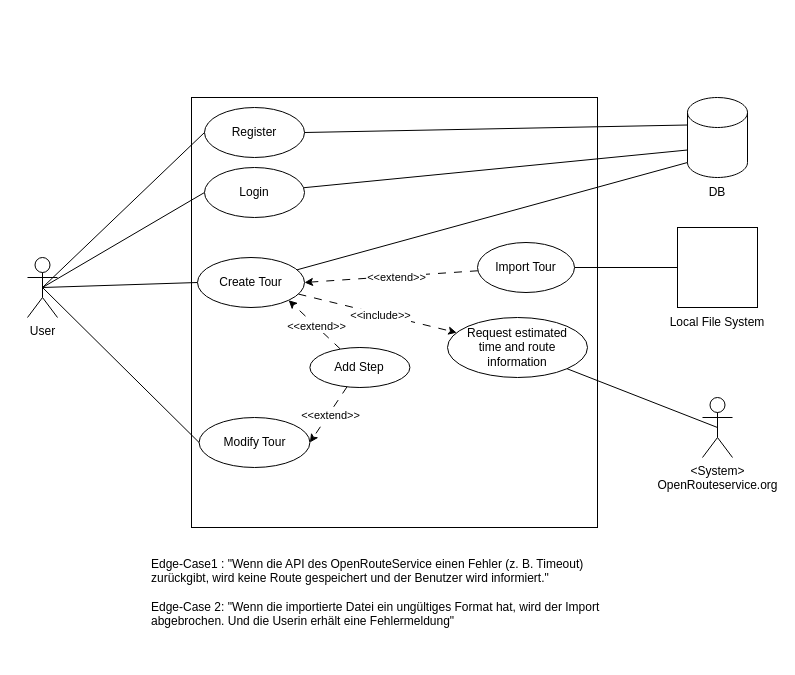
The draw.io diagram UseCase-Diagramm.drawio in ykay12/tourplanner, before the edit. Source tidied: cells renumbered, new cells numbered last; positions are measured from the earlier drawing's top-left corner, leaving out a move shared by most shapes. Both pictures are drawn from the tidied source at 100%, with x=0, y=0 at pixel (27, 97).
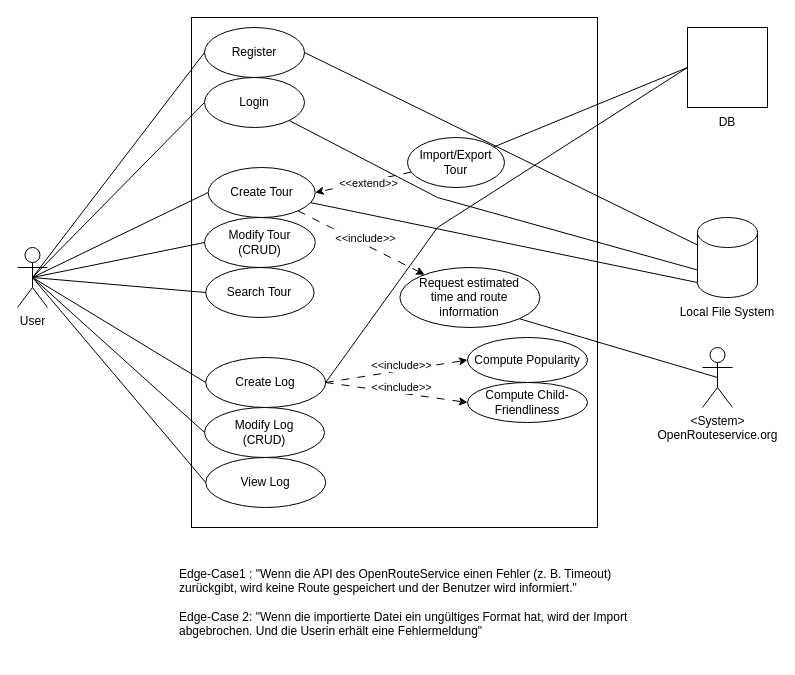
After the change.

Commit message:
Update use case diagram layout and content

The change refers to these unchanged cells:
```xml
<mxCell id="15" style="rounded=0;jettySize=auto;html=1;dashed=1;dashPattern=8 8;" parent="1" edge="1" source="17" target="31">
  <mxGeometry relative="1" as="geometry" />
</mxCell>
```

Change to the diagram source:
```diff
@@
     <mxCell id="2" style="rounded=0;whiteSpace=wrap;html=1;" parent="1" vertex="1">
-      <mxGeometry x="164" width="406" height="430" as="geometry" />
+      <mxGeometry x="164" y="-80" width="406" height="510" as="geometry" />
     </mxCell>
@@
     <mxCell id="6" value="User" style="shape=umlActor;verticalLabelPosition=bottom;verticalAlign=top;html=1;outlineConnect=0;" parent="1" vertex="1">
-      <mxGeometry y="160" width="30" height="60" as="geometry" />
+      <mxGeometry x="-10" y="150" width="30" height="60" as="geometry" />
     </mxCell>
     <mxCell id="7" value="&lt;div&gt;&amp;lt;System&amp;gt;&lt;/div&gt;OpenRouteservice.org&lt;div&gt;&lt;br&gt;&lt;/div&gt;" style="shape=umlActor;verticalLabelPosition=bottom;verticalAlign=top;html=1;outlineConnect=0;" parent="1" vertex="1">
-      <mxGeometry x="675" y="300" width="30" height="60" as="geometry" />
+      <mxGeometry x="675" y="250" width="30" height="60" as="geometry" />
     </mxCell>
     <mxCell id="8" style="shape=cylinder3;whiteSpace=wrap;html=1;boundedLbl=1;backgroundOutline=1;size=15;" parent="1" vertex="1">
-      <mxGeometry x="660" width="60" height="80" as="geometry" />
+      <mxGeometry x="670" y="120" width="60" height="80" as="geometry" />
     </mxCell>
     <mxCell id="9" value="Register" style="ellipse;whiteSpace=wrap;html=1;" parent="1" vertex="1">
-      <mxGeometry x="177" y="10" width="100" height="50" as="geometry" />
+      <mxGeometry x="177" y="-70" width="100" height="50" as="geometry" />
     </mxCell>
     <mxCell id="10" value="DB" style="text;html=1;whiteSpace=wrap;strokeColor=none;fillColor=none;align=center;verticalAlign=middle;rounded=0;" parent="1" vertex="1">
-      <mxGeometry x="660" y="80" width="60" height="30" as="geometry" />
+      <mxGeometry x="670" y="10" width="60" height="30" as="geometry" />
     </mxCell>
@@
     <mxCell id="13" value="Login" style="ellipse;whiteSpace=wrap;html=1;" parent="1" vertex="1">
-      <mxGeometry x="177" y="70" width="100" height="50" as="geometry" />
+      <mxGeometry x="177" y="-20" width="100" height="50" as="geometry" />
     </mxCell>
     <mxCell id="14" style="rounded=0;jettySize=auto;html=1;entryX=0;entryY=0;entryDx=0;entryDy=52.5;entryPerimeter=0;endArrow=none;endFill=0;" parent="1" edge="1" source="13" target="8">
-      <mxGeometry relative="1" as="geometry" />
+      <mxGeometry relative="1" as="geometry">
+        <Array as="points">
+          <mxPoint x="410" y="100" />
+        </Array>
+      </mxGeometry>
     </mxCell>
@@
     <mxCell id="16" value="&amp;lt;&amp;lt;include&amp;gt;&amp;gt;" style="edgeLabel;html=1;align=center;verticalAlign=middle;" parent="15" vertex="1">
-      <mxGeometry x="0.03" y="-1" relative="1" as="geometry" />
+      <mxGeometry x="0.03" y="-1" relative="1" as="geometry">
+        <mxPoint x="2" y="-7" as="offset" />
+      </mxGeometry>
     </mxCell>
     <mxCell id="17" value="Create Tour" style="ellipse;whiteSpace=wrap;html=1;" parent="1" vertex="1">
-      <mxGeometry x="170" y="160" width="107" height="50" as="geometry" />
+      <mxGeometry x="180.7" y="70" width="107" height="50" as="geometry" />
     </mxCell>
@@
-    <mxCell id="20" style="rounded=0;jettySize=auto;html=1;endArrow=none;endFill=0;" parent="1" edge="1" source="21" target="29">
+    <mxCell id="20" style="rounded=0;jettySize=auto;html=1;endArrow=none;endFill=0;entryX=0;entryY=0.5;entryDx=0;entryDy=0;" parent="1" edge="1" source="21" target="29">
       <mxGeometry relative="1" as="geometry" />
     </mxCell>
-    <mxCell id="21" value="Import Tour" style="ellipse;whiteSpace=wrap;html=1;" parent="1" vertex="1">
-      <mxGeometry x="450" y="145" width="97" height="50" as="geometry" />
+    <mxCell id="21" value="Import/Export Tour" style="ellipse;whiteSpace=wrap;html=1;" parent="1" vertex="1">
+      <mxGeometry x="380" y="40" width="97" height="50" as="geometry" />
     </mxCell>
@@
-    <mxCell id="23" style="rounded=0;jettySize=auto;html=1;entryX=1;entryY=1;entryDx=0;entryDy=0;dashed=1;dashPattern=8 8;" parent="1" edge="1" source="27" target="17">
-      <mxGeometry relative="1" as="geometry" />
-    </mxCell>
-    <mxCell id="24" value="&amp;lt;&amp;lt;extend&amp;gt;&amp;gt;" style="edgeLabel;html=1;align=center;verticalAlign=middle;" parent="23" vertex="1">
-      <mxGeometry x="-0.06" relative="1" as="geometry" />
-    </mxCell>
-    <mxCell id="25" style="rounded=0;jettySize=auto;html=1;entryX=1;entryY=0.5;entryDx=0;entryDy=0;dashed=1;dashPattern=8 8;" parent="1" edge="1" source="27" target="28">
-      <mxGeometry relative="1" as="geometry" />
-    </mxCell>
-    <mxCell id="26" value="&amp;lt;&amp;lt;extend&amp;gt;&amp;gt;" style="edgeLabel;html=1;align=center;verticalAlign=middle;" parent="25" vertex="1">
-      <mxGeometry y="1" relative="1" as="geometry" />
-    </mxCell>
-    <mxCell id="27" value="Add Step" style="ellipse;whiteSpace=wrap;html=1;" parent="1" vertex="1">
-      <mxGeometry x="282.4" y="250" width="100" height="40" as="geometry" />
-    </mxCell>
-    <mxCell id="28" value="Modify Tour" style="ellipse;whiteSpace=wrap;html=1;" parent="1" vertex="1">
-      <mxGeometry x="171.6" y="320" width="110.8" height="50" as="geometry" />
+    <mxCell id="28" value="Modify Tour&lt;br&gt;(CRUD)" style="ellipse;whiteSpace=wrap;html=1;" parent="1" vertex="1">
+      <mxGeometry x="177" y="120" width="110.8" height="50" as="geometry" />
     </mxCell>
     <mxCell id="29" style="rounded=0;whiteSpace=wrap;html=1;" parent="1" vertex="1">
-      <mxGeometry x="650" y="130" width="80" height="80" as="geometry" />
+      <mxGeometry x="660" y="-70" width="80" height="80" as="geometry" />
     </mxCell>
     <mxCell id="30" value="Local File System" style="text;html=1;whiteSpace=wrap;strokeColor=none;fillColor=none;align=center;verticalAlign=middle;rounded=0;" parent="1" vertex="1">
-      <mxGeometry x="640" y="210" width="100" height="30" as="geometry" />
+      <mxGeometry x="650" y="200" width="100" height="30" as="geometry" />
     </mxCell>
     <mxCell id="31" value="Request&amp;nbsp;estimated&lt;br&gt;time and route information" style="ellipse;whiteSpace=wrap;html=1;" parent="1" vertex="1">
-      <mxGeometry x="420" y="220" width="140" height="60" as="geometry" />
+      <mxGeometry x="372.4" y="170" width="140" height="60" as="geometry" />
     </mxCell>
@@
     <mxCell id="33" value="Edge-Case1 : &quot;Wenn die API des OpenRouteService einen Fehler (z. B. Timeout) zurückgibt, wird keine Route gespeichert und der Benutzer wird informiert.&quot;&lt;div&gt;&lt;br&gt;&lt;/div&gt;&lt;div&gt;Edge-Case 2: &quot;Wenn die importierte Datei ein ungültiges Format hat, wird der Import abgebrochen. Und die Userin erhält eine Fehlermeldung&quot;&lt;/div&gt;" style="text;html=1;whiteSpace=wrap;strokeColor=none;fillColor=none;align=left;verticalAlign=middle;rounded=0;" parent="1" vertex="1">
-      <mxGeometry x="122" y="440" width="490" height="110" as="geometry" />
+      <mxGeometry x="150" y="450" width="490" height="110" as="geometry" />
     </mxCell>
+    <mxCell id="34" value="&lt;div&gt;Search Tour&lt;/div&gt;" style="ellipse;whiteSpace=wrap;html=1;" parent="1" vertex="1">
+      <mxGeometry x="178.2" y="170" width="108.4" height="50" as="geometry" />
+    </mxCell>
+    <mxCell id="35" style="endArrow=none;html=1;rounded=0;entryX=0;entryY=0.5;entryDx=0;entryDy=0;exitX=0.5;exitY=0.5;exitDx=0;exitDy=0;exitPerimeter=0;" parent="1" edge="1" source="6" target="34">
+      <mxGeometry relative="1" as="geometry" />
+    </mxCell>
+    <mxCell id="36" value="Create Log" style="ellipse;whiteSpace=wrap;html=1;" parent="1" vertex="1">
+      <mxGeometry x="178.2" y="260" width="120" height="50" as="geometry" />
+    </mxCell>
+    <mxCell id="37" value="&lt;div&gt;Modify Log&lt;/div&gt;&lt;div&gt;(CRUD)&lt;/div&gt;" style="ellipse;whiteSpace=wrap;html=1;" parent="1" vertex="1">
+      <mxGeometry x="177" y="310" width="120" height="50" as="geometry" />
+    </mxCell>
+    <mxCell id="38" value="View Log" style="ellipse;whiteSpace=wrap;html=1;" parent="1" vertex="1">
+      <mxGeometry x="178.2" y="360" width="120" height="50" as="geometry" />
+    </mxCell>
+    <mxCell id="39" style="endArrow=none;html=1;rounded=0;entryX=0.5;entryY=0.5;entryDx=0;entryDy=0;entryPerimeter=0;exitX=0;exitY=0.5;exitDx=0;exitDy=0;" parent="1" edge="1" source="36" target="6">
+      <mxGeometry relative="1" as="geometry" />
+    </mxCell>
+    <mxCell id="40" style="endArrow=none;html=1;rounded=0;entryX=0.5;entryY=0.5;entryDx=0;entryDy=0;entryPerimeter=0;exitX=0;exitY=0.5;exitDx=0;exitDy=0;" parent="1" edge="1" source="38" target="6">
+      <mxGeometry relative="1" as="geometry" />
+    </mxCell>
+    <mxCell id="41" style="endArrow=none;html=1;rounded=0;entryX=0.5;entryY=0.5;entryDx=0;entryDy=0;entryPerimeter=0;exitX=0;exitY=0.5;exitDx=0;exitDy=0;" parent="1" edge="1" source="37" target="6">
+      <mxGeometry relative="1" as="geometry" />
+    </mxCell>
+    <mxCell id="42" value="&lt;div&gt;Compute Popularity&lt;/div&gt;" style="ellipse;whiteSpace=wrap;html=1;" parent="1" vertex="1">
+      <mxGeometry x="440" y="240" width="120" height="45" as="geometry" />
+    </mxCell>
+    <mxCell id="43" value="Compute Child-Friendliness" style="ellipse;whiteSpace=wrap;html=1;" parent="1" vertex="1">
+      <mxGeometry x="440" y="285" width="120" height="40" as="geometry" />
+    </mxCell>
+    <mxCell id="44" style="rounded=0;jettySize=auto;html=1;dashed=1;dashPattern=8 8;exitX=1;exitY=0.5;exitDx=0;exitDy=0;entryX=0;entryY=0.5;entryDx=0;entryDy=0;" parent="1" edge="1" source="36" target="43">
+      <mxGeometry relative="1" as="geometry" />
+    </mxCell>
+    <mxCell id="45" value="&amp;lt;&amp;lt;include&amp;gt;&amp;gt;" style="edgeLabel;html=1;align=center;verticalAlign=middle;" parent="44" vertex="1">
+      <mxGeometry x="0.03" y="-1" relative="1" as="geometry">
+        <mxPoint x="2" y="-7" as="offset" />
+      </mxGeometry>
+    </mxCell>
+    <mxCell id="46" style="rounded=0;jettySize=auto;html=1;dashed=1;dashPattern=8 8;exitX=1;exitY=0.5;exitDx=0;exitDy=0;entryX=0;entryY=0.5;entryDx=0;entryDy=0;" parent="1" edge="1" source="36" target="42">
+      <mxGeometry relative="1" as="geometry" />
+    </mxCell>
+    <mxCell id="47" value="&amp;lt;&amp;lt;include&amp;gt;&amp;gt;" style="edgeLabel;html=1;align=center;verticalAlign=middle;" parent="46" vertex="1">
+      <mxGeometry x="0.03" y="-1" relative="1" as="geometry">
+        <mxPoint x="2" y="-7" as="offset" />
+      </mxGeometry>
+    </mxCell>
+    <mxCell id="48" style="endArrow=none;html=1;rounded=0;entryX=0;entryY=0.5;entryDx=0;entryDy=0;exitX=1;exitY=0.5;exitDx=0;exitDy=0;" parent="1" edge="1" source="36" target="29">
+      <mxGeometry relative="1" as="geometry">
+        <Array as="points">
+          <mxPoint x="410" y="130" />
+        </Array>
+      </mxGeometry>
+    </mxCell>
```
